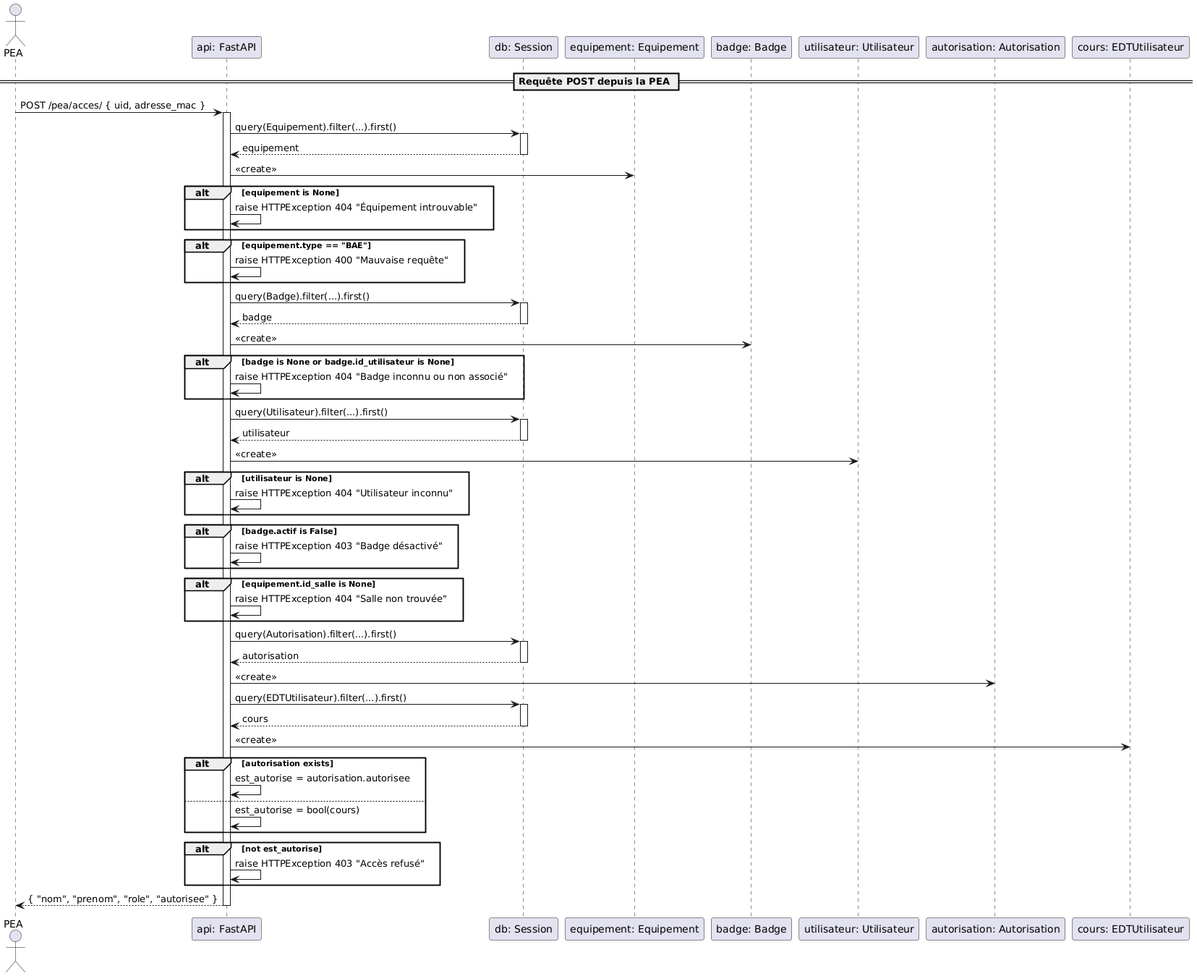
RobinMartineau/Acc-s-campus- keeps this PlantUML diagram as BDD/Diagrammes/Séquence/PEA/verifierAccesBadge.png. Above is the earlier version. Its diagram source:
```plantuml
@startuml
actor PEA
participant "api: FastAPI"
participant "db: Session"
participant "equipement: Equipement"
participant "badge: Badge"
participant "utilisateur: Utilisateur"
participant "autorisation: Autorisation"
participant "cours: EDTUtilisateur"

== Requête POST depuis la PEA ==
PEA -> "api: FastAPI" : POST /pea/acces/ { uid, adresse_mac }
activate "api: FastAPI"

"api: FastAPI" -> "db: Session" : query(Equipement).filter(...).first()
activate "db: Session"
"db: Session" --> "api: FastAPI" : equipement
deactivate "db: Session"
"api: FastAPI" -> "equipement: Equipement" : <<create>>

alt equipement is None
    "api: FastAPI" -> "api: FastAPI" : raise HTTPException 404 "Équipement introuvable"
end

alt equipement.type == "BAE"
    "api: FastAPI" -> "api: FastAPI" : raise HTTPException 400 "Mauvaise requête"
end

"api: FastAPI" -> "db: Session" : query(Badge).filter(...).first()
activate "db: Session"
"db: Session" --> "api: FastAPI" : badge
deactivate "db: Session"
"api: FastAPI" -> "badge: Badge" : <<create>>

alt badge is None or badge.id_utilisateur is None
    "api: FastAPI" -> "api: FastAPI" : raise HTTPException 404 "Badge inconnu ou non associé"
end

"api: FastAPI" -> "db: Session" : query(Utilisateur).filter(...).first()
activate "db: Session"
"db: Session" --> "api: FastAPI" : utilisateur
deactivate "db: Session"
"api: FastAPI" -> "utilisateur: Utilisateur" : <<create>>

alt utilisateur is None
    "api: FastAPI" -> "api: FastAPI" : raise HTTPException 404 "Utilisateur inconnu"
end

alt badge.actif is False
    "api: FastAPI" -> "api: FastAPI" : raise HTTPException 403 "Badge désactivé"
end

alt equipement.id_salle is None
    "api: FastAPI" -> "api: FastAPI" : raise HTTPException 404 "Salle non trouvée"
end

"api: FastAPI" -> "db: Session" : query(Autorisation).filter(...).first()
activate "db: Session"
"db: Session" --> "api: FastAPI" : autorisation
deactivate "db: Session"
"api: FastAPI" -> "autorisation: Autorisation" : <<create>>

"api: FastAPI" -> "db: Session" : query(EDTUtilisateur).filter(...).first()
activate "db: Session"
"db: Session" --> "api: FastAPI" : cours
deactivate "db: Session"
"api: FastAPI" -> "cours: EDTUtilisateur" : <<create>>

alt autorisation exists
    "api: FastAPI" -> "api: FastAPI" : est_autorise = autorisation.autorisee
else
    "api: FastAPI" -> "api: FastAPI" : est_autorise = bool(cours)
end

alt not est_autorise
    "api: FastAPI" -> "api: FastAPI" : raise HTTPException 403 "Accès refusé"
end

"api: FastAPI" --> PEA : { "nom", "prenom", "role", "autorisee" }
deactivate "api: FastAPI"
@enduml
```
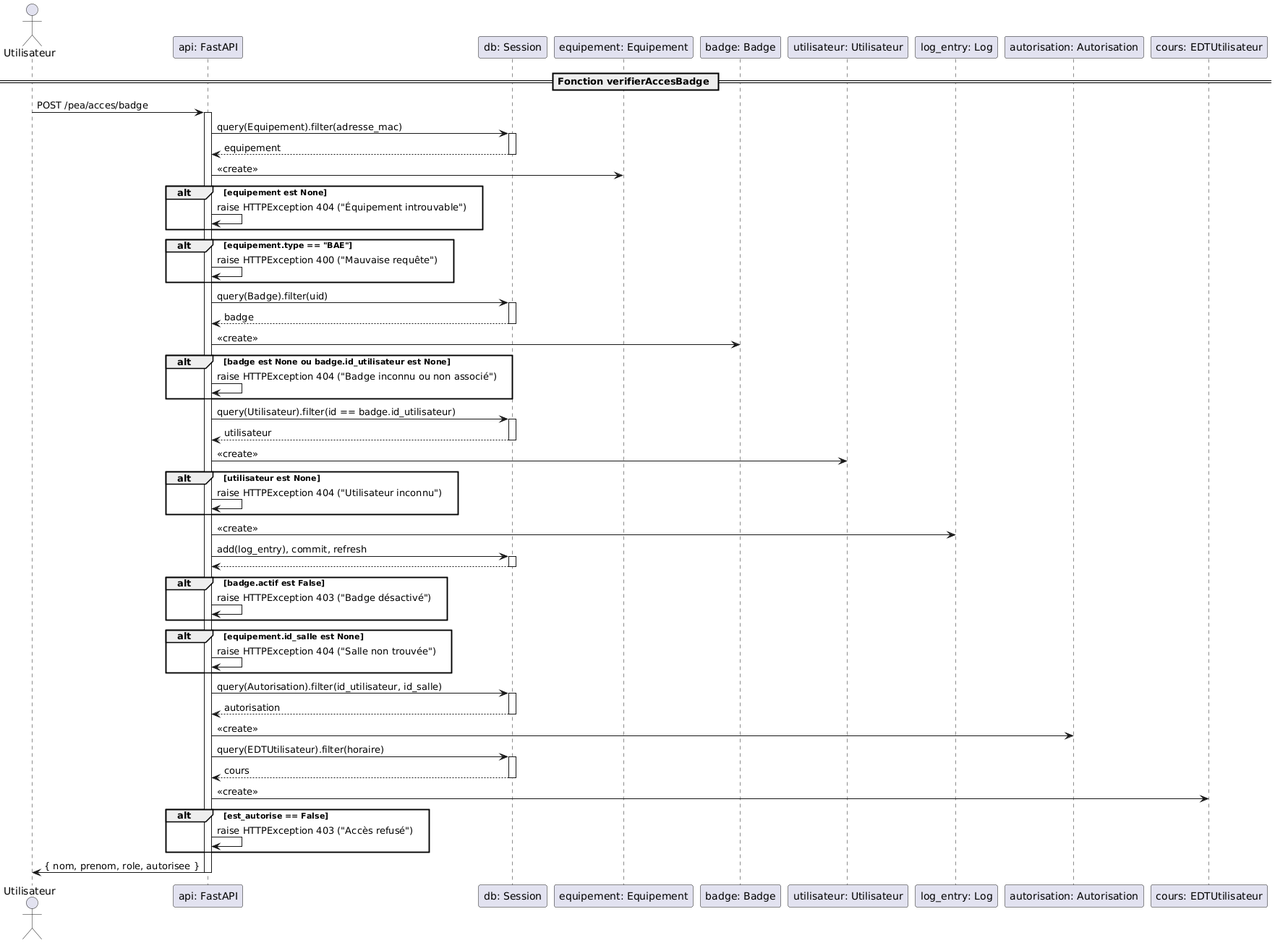
The same file after the commit.

Commit message:
Changement du diagramme de sequence en raccord avec le nom verifierAcesBadge

Change to the diagram source:
```diff
@@ -1,81 +1,88 @@
 @startuml
-actor PEA
+actor "Utilisateur"
 participant "api: FastAPI"
 participant "db: Session"
 participant "equipement: Equipement"
 participant "badge: Badge"
 participant "utilisateur: Utilisateur"
+participant "log_entry: Log"
 participant "autorisation: Autorisation"
 participant "cours: EDTUtilisateur"
 
-== Requête POST depuis la PEA ==
-PEA -> "api: FastAPI" : POST /pea/acces/ { uid, adresse_mac }
+== Fonction verifierAccesBadge ==
+"Utilisateur" -> "api: FastAPI" : POST /pea/acces/badge
 activate "api: FastAPI"
 
-"api: FastAPI" -> "db: Session" : query(Equipement).filter(...).first()
+"api: FastAPI" -> "db: Session" : query(Equipement).filter(adresse_mac)
 activate "db: Session"
 "db: Session" --> "api: FastAPI" : equipement
 deactivate "db: Session"
+
 "api: FastAPI" -> "equipement: Equipement" : <<create>>
 
-alt equipement is None
-    "api: FastAPI" -> "api: FastAPI" : raise HTTPException 404 "Équipement introuvable"
+alt equipement est None
+    "api: FastAPI" -> "api: FastAPI" : raise HTTPException 404 ("Équipement introuvable")
 end
 
 alt equipement.type == "BAE"
-    "api: FastAPI" -> "api: FastAPI" : raise HTTPException 400 "Mauvaise requête"
+    "api: FastAPI" -> "api: FastAPI" : raise HTTPException 400 ("Mauvaise requête")
 end
 
-"api: FastAPI" -> "db: Session" : query(Badge).filter(...).first()
+"api: FastAPI" -> "db: Session" : query(Badge).filter(uid)
 activate "db: Session"
 "db: Session" --> "api: FastAPI" : badge
 deactivate "db: Session"
+
 "api: FastAPI" -> "badge: Badge" : <<create>>
 
-alt badge is None or badge.id_utilisateur is None
-    "api: FastAPI" -> "api: FastAPI" : raise HTTPException 404 "Badge inconnu ou non associé"
+alt badge est None ou badge.id_utilisateur est None
+    "api: FastAPI" -> "api: FastAPI" : raise HTTPException 404 ("Badge inconnu ou non associé")
 end
 
-"api: FastAPI" -> "db: Session" : query(Utilisateur).filter(...).first()
+"api: FastAPI" -> "db: Session" : query(Utilisateur).filter(id == badge.id_utilisateur)
 activate "db: Session"
 "db: Session" --> "api: FastAPI" : utilisateur
 deactivate "db: Session"
+
 "api: FastAPI" -> "utilisateur: Utilisateur" : <<create>>
 
-alt utilisateur is None
-    "api: FastAPI" -> "api: FastAPI" : raise HTTPException 404 "Utilisateur inconnu"
+alt utilisateur est None
+    "api: FastAPI" -> "api: FastAPI" : raise HTTPException 404 ("Utilisateur inconnu")
 end
 
-alt badge.actif is False
-    "api: FastAPI" -> "api: FastAPI" : raise HTTPException 403 "Badge désactivé"
+"api: FastAPI" -> "log_entry: Log" : <<create>>
+"api: FastAPI" -> "db: Session" : add(log_entry), commit, refresh
+activate "db: Session"
+"db: Session" --> "api: FastAPI"
+deactivate "db: Session"
+
+alt badge.actif est False
+    "api: FastAPI" -> "api: FastAPI" : raise HTTPException 403 ("Badge désactivé")
 end
 
-alt equipement.id_salle is None
-    "api: FastAPI" -> "api: FastAPI" : raise HTTPException 404 "Salle non trouvée"
+alt equipement.id_salle est None
+    "api: FastAPI" -> "api: FastAPI" : raise HTTPException 404 ("Salle non trouvée")
 end
 
-"api: FastAPI" -> "db: Session" : query(Autorisation).filter(...).first()
+"api: FastAPI" -> "db: Session" : query(Autorisation).filter(id_utilisateur, id_salle)
 activate "db: Session"
 "db: Session" --> "api: FastAPI" : autorisation
 deactivate "db: Session"
+
 "api: FastAPI" -> "autorisation: Autorisation" : <<create>>
 
-"api: FastAPI" -> "db: Session" : query(EDTUtilisateur).filter(...).first()
+"api: FastAPI" -> "db: Session" : query(EDTUtilisateur).filter(horaire)
 activate "db: Session"
 "db: Session" --> "api: FastAPI" : cours
 deactivate "db: Session"
+
 "api: FastAPI" -> "cours: EDTUtilisateur" : <<create>>
 
-alt autorisation exists
-    "api: FastAPI" -> "api: FastAPI" : est_autorise = autorisation.autorisee
-else
-    "api: FastAPI" -> "api: FastAPI" : est_autorise = bool(cours)
+alt est_autorise == False
+    "api: FastAPI" -> "api: FastAPI" : raise HTTPException 403 ("Accès refusé")
 end
 
-alt not est_autorise
-    "api: FastAPI" -> "api: FastAPI" : raise HTTPException 403 "Accès refusé"
-end
+"api: FastAPI" -> "Utilisateur" : { nom, prenom, role, autorisee }
 
-"api: FastAPI" --> PEA : { "nom", "prenom", "role", "autorisee" }
 deactivate "api: FastAPI"
 @enduml
```
